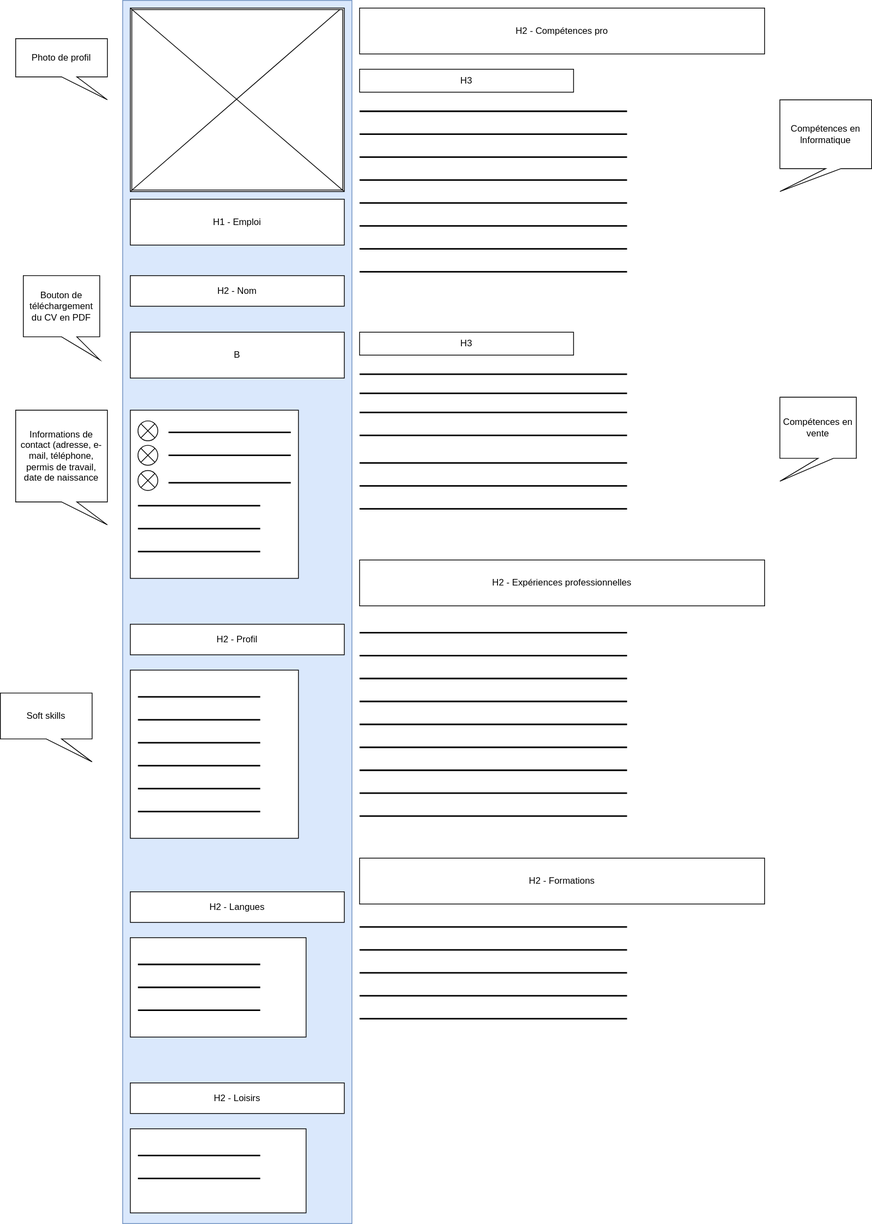
feliciencorbat/wireframe_cv_bootstrap keeps this draw.io diagram as wireframe/cv.drawio.svg. Above is the earlier version. Source tidied: cells renumbered, new cells last; positions are measured from the earlier drawing's top-left corner, leaving out a move shared by most shapes.
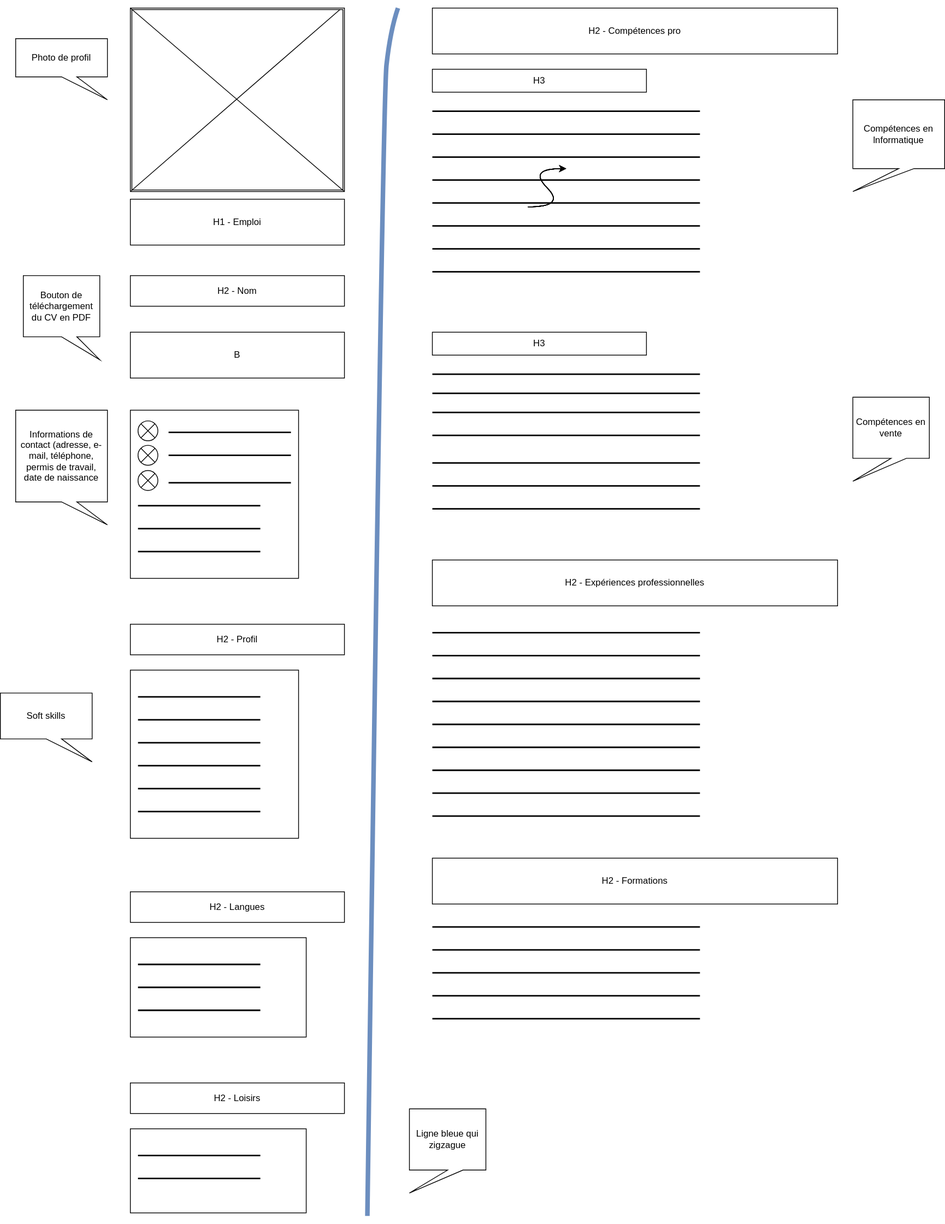
Above is the later version.

Commit message:
Change wireframe with line in svg

Change to the diagram source:
```diff
@@ -2,7 +2,7 @@
   <root>
     <mxCell id="0" />
     <mxCell id="1" parent="0" />
-    <mxCell id="2" style="rounded=0;whiteSpace=wrap;html=1;fillColor=#dae8fc;strokeColor=#6c8ebf;" parent="1" vertex="1">
+    <mxCell id="2" style="rounded=0;whiteSpace=wrap;html=1;fillColor=none;strokeColor=none;" parent="1" vertex="1">
       <mxGeometry x="160" width="300" height="1600" as="geometry" />
     </mxCell>
     <mxCell id="3" style="shape=ext;double=1;rounded=0;whiteSpace=wrap;html=1;" parent="1" vertex="1">
@@ -29,7 +29,7 @@
       <mxGeometry x="220" y="626" width="160" height="10" as="geometry" />
     </mxCell>
     <mxCell id="9" value="H2 - Compétences pro" style="rounded=0;whiteSpace=wrap;html=1;" parent="1" vertex="1">
-      <mxGeometry x="470" y="10" width="530" height="60" as="geometry" />
+      <mxGeometry x="565" y="10" width="530" height="60" as="geometry" />
     </mxCell>
     <mxCell id="10" value="H1 - Emploi" style="rounded=0;whiteSpace=wrap;html=1;" parent="1" vertex="1">
       <mxGeometry x="170" y="260" width="280" height="60" as="geometry" />
@@ -44,10 +44,10 @@
       <mxGeometry x="220" y="590" width="160" height="10" as="geometry" />
     </mxCell>
     <mxCell id="14" value="H2 - Expériences professionnelles" style="rounded=0;whiteSpace=wrap;html=1;" parent="1" vertex="1">
-      <mxGeometry x="470" y="732" width="530" height="60" as="geometry" />
+      <mxGeometry x="565" y="732" width="530" height="60" as="geometry" />
     </mxCell>
     <mxCell id="15" value="H2 - Formations" style="rounded=0;whiteSpace=wrap;html=1;" parent="1" vertex="1">
-      <mxGeometry x="470" y="1122" width="530" height="60" as="geometry" />
+      <mxGeometry x="565" y="1122" width="530" height="60" as="geometry" />
     </mxCell>
     <mxCell id="16" style="line;strokeWidth=2;html=1;" parent="1" vertex="1">
       <mxGeometry x="180" y="686" width="160" height="10" as="geometry" />
@@ -119,103 +119,103 @@
       <mxGeometry y="906" width="120" height="90" as="geometry" />
     </mxCell>
     <mxCell id="39" value="H3" style="rounded=0;whiteSpace=wrap;html=1;" parent="1" vertex="1">
-      <mxGeometry x="470" y="90" width="280" height="30" as="geometry" />
+      <mxGeometry x="565" y="90" width="280" height="30" as="geometry" />
     </mxCell>
     <mxCell id="40" value="H3" style="rounded=0;whiteSpace=wrap;html=1;" parent="1" vertex="1">
-      <mxGeometry x="470" y="434" width="280" height="30" as="geometry" />
+      <mxGeometry x="565" y="434" width="280" height="30" as="geometry" />
     </mxCell>
     <mxCell id="41" style="line;strokeWidth=2;html=1;" parent="1" vertex="1">
-      <mxGeometry x="470" y="170" width="350" height="10" as="geometry" />
+      <mxGeometry x="565" y="170" width="350" height="10" as="geometry" />
     </mxCell>
     <mxCell id="42" style="line;strokeWidth=2;html=1;" parent="1" vertex="1">
-      <mxGeometry x="470" y="140" width="350" height="10" as="geometry" />
+      <mxGeometry x="565" y="140" width="350" height="10" as="geometry" />
     </mxCell>
     <mxCell id="43" style="line;strokeWidth=2;html=1;" parent="1" vertex="1">
-      <mxGeometry x="470" y="200" width="350" height="10" as="geometry" />
+      <mxGeometry x="565" y="200" width="350" height="10" as="geometry" />
     </mxCell>
     <mxCell id="44" style="line;strokeWidth=2;html=1;" parent="1" vertex="1">
-      <mxGeometry x="470" y="230" width="350" height="10" as="geometry" />
+      <mxGeometry x="565" y="230" width="350" height="10" as="geometry" />
     </mxCell>
     <mxCell id="45" style="line;strokeWidth=2;html=1;" parent="1" vertex="1">
-      <mxGeometry x="470" y="260" width="350" height="10" as="geometry" />
+      <mxGeometry x="565" y="260" width="350" height="10" as="geometry" />
     </mxCell>
     <mxCell id="46" value="Compétences en lnformatique" style="shape=callout;whiteSpace=wrap;html=1;perimeter=calloutPerimeter;position2=0;" parent="1" vertex="1">
-      <mxGeometry x="1020" y="130" width="120" height="120" as="geometry" />
+      <mxGeometry x="1115" y="130" width="120" height="120" as="geometry" />
     </mxCell>
     <mxCell id="47" value="Compétences en vente" style="shape=callout;whiteSpace=wrap;html=1;perimeter=calloutPerimeter;position2=0;" parent="1" vertex="1">
-      <mxGeometry x="1020" y="519" width="100" height="110" as="geometry" />
+      <mxGeometry x="1115" y="519" width="100" height="110" as="geometry" />
     </mxCell>
     <mxCell id="48" style="line;strokeWidth=2;html=1;" parent="1" vertex="1">
-      <mxGeometry x="470" y="484" width="350" height="10" as="geometry" />
+      <mxGeometry x="565" y="484" width="350" height="10" as="geometry" />
     </mxCell>
     <mxCell id="49" style="line;strokeWidth=2;html=1;" parent="1" vertex="1">
-      <mxGeometry x="470" y="509" width="350" height="10" as="geometry" />
+      <mxGeometry x="565" y="509" width="350" height="10" as="geometry" />
     </mxCell>
     <mxCell id="50" style="line;strokeWidth=2;html=1;" parent="1" vertex="1">
-      <mxGeometry x="470" y="822" width="350" height="10" as="geometry" />
+      <mxGeometry x="565" y="822" width="350" height="10" as="geometry" />
     </mxCell>
     <mxCell id="51" style="line;strokeWidth=2;html=1;" parent="1" vertex="1">
-      <mxGeometry x="470" y="852" width="350" height="10" as="geometry" />
+      <mxGeometry x="565" y="852" width="350" height="10" as="geometry" />
     </mxCell>
     <mxCell id="52" style="line;strokeWidth=2;html=1;" parent="1" vertex="1">
-      <mxGeometry x="470" y="882" width="350" height="10" as="geometry" />
+      <mxGeometry x="565" y="882" width="350" height="10" as="geometry" />
     </mxCell>
     <mxCell id="53" style="line;strokeWidth=2;html=1;" parent="1" vertex="1">
-      <mxGeometry x="470" y="912" width="350" height="10" as="geometry" />
+      <mxGeometry x="565" y="912" width="350" height="10" as="geometry" />
     </mxCell>
     <mxCell id="54" style="line;strokeWidth=2;html=1;" parent="1" vertex="1">
-      <mxGeometry x="470" y="942" width="350" height="10" as="geometry" />
+      <mxGeometry x="565" y="942" width="350" height="10" as="geometry" />
     </mxCell>
     <mxCell id="55" style="line;strokeWidth=2;html=1;" parent="1" vertex="1">
-      <mxGeometry x="470" y="972" width="350" height="10" as="geometry" />
+      <mxGeometry x="565" y="972" width="350" height="10" as="geometry" />
     </mxCell>
     <mxCell id="56" style="line;strokeWidth=2;html=1;" parent="1" vertex="1">
-      <mxGeometry x="470" y="1002" width="350" height="10" as="geometry" />
+      <mxGeometry x="565" y="1002" width="350" height="10" as="geometry" />
     </mxCell>
     <mxCell id="57" style="line;strokeWidth=2;html=1;" parent="1" vertex="1">
-      <mxGeometry x="470" y="1032" width="350" height="10" as="geometry" />
+      <mxGeometry x="565" y="1032" width="350" height="10" as="geometry" />
     </mxCell>
     <mxCell id="58" style="line;strokeWidth=2;html=1;" parent="1" vertex="1">
-      <mxGeometry x="470" y="1062" width="350" height="10" as="geometry" />
+      <mxGeometry x="565" y="1062" width="350" height="10" as="geometry" />
     </mxCell>
     <mxCell id="59" style="line;strokeWidth=2;html=1;" parent="1" vertex="1">
-      <mxGeometry x="470" y="534" width="350" height="10" as="geometry" />
+      <mxGeometry x="565" y="534" width="350" height="10" as="geometry" />
     </mxCell>
     <mxCell id="60" style="line;strokeWidth=2;html=1;" parent="1" vertex="1">
-      <mxGeometry x="470" y="564" width="350" height="10" as="geometry" />
+      <mxGeometry x="565" y="564" width="350" height="10" as="geometry" />
     </mxCell>
     <mxCell id="61" style="line;strokeWidth=2;html=1;" parent="1" vertex="1">
-      <mxGeometry x="470" y="1207" width="350" height="10" as="geometry" />
+      <mxGeometry x="565" y="1207" width="350" height="10" as="geometry" />
     </mxCell>
     <mxCell id="62" style="line;strokeWidth=2;html=1;" parent="1" vertex="1">
-      <mxGeometry x="470" y="1237" width="350" height="10" as="geometry" />
+      <mxGeometry x="565" y="1237" width="350" height="10" as="geometry" />
     </mxCell>
     <mxCell id="63" style="line;strokeWidth=2;html=1;" parent="1" vertex="1">
-      <mxGeometry x="470" y="1267" width="350" height="10" as="geometry" />
+      <mxGeometry x="565" y="1267" width="350" height="10" as="geometry" />
     </mxCell>
     <mxCell id="64" style="line;strokeWidth=2;html=1;" parent="1" vertex="1">
-      <mxGeometry x="470" y="1297" width="350" height="10" as="geometry" />
+      <mxGeometry x="565" y="1297" width="350" height="10" as="geometry" />
     </mxCell>
     <mxCell id="65" style="line;strokeWidth=2;html=1;" parent="1" vertex="1">
-      <mxGeometry x="470" y="1327" width="350" height="10" as="geometry" />
+      <mxGeometry x="565" y="1327" width="350" height="10" as="geometry" />
     </mxCell>
     <mxCell id="66" style="line;strokeWidth=2;html=1;" parent="1" vertex="1">
-      <mxGeometry x="470" y="600" width="350" height="10" as="geometry" />
+      <mxGeometry x="565" y="600" width="350" height="10" as="geometry" />
     </mxCell>
     <mxCell id="67" style="line;strokeWidth=2;html=1;" parent="1" vertex="1">
-      <mxGeometry x="470" y="630" width="350" height="10" as="geometry" />
+      <mxGeometry x="565" y="630" width="350" height="10" as="geometry" />
     </mxCell>
     <mxCell id="68" style="line;strokeWidth=2;html=1;" parent="1" vertex="1">
-      <mxGeometry x="470" y="660" width="350" height="10" as="geometry" />
+      <mxGeometry x="565" y="660" width="350" height="10" as="geometry" />
     </mxCell>
     <mxCell id="69" style="line;strokeWidth=2;html=1;" parent="1" vertex="1">
-      <mxGeometry x="470" y="290" width="350" height="10" as="geometry" />
+      <mxGeometry x="565" y="290" width="350" height="10" as="geometry" />
     </mxCell>
     <mxCell id="70" style="line;strokeWidth=2;html=1;" parent="1" vertex="1">
-      <mxGeometry x="470" y="320" width="350" height="10" as="geometry" />
+      <mxGeometry x="565" y="320" width="350" height="10" as="geometry" />
     </mxCell>
     <mxCell id="71" style="line;strokeWidth=2;html=1;" parent="1" vertex="1">
-      <mxGeometry x="470" y="350" width="350" height="10" as="geometry" />
+      <mxGeometry x="565" y="350" width="350" height="10" as="geometry" />
     </mxCell>
     <mxCell id="72" value="B" style="rounded=0;whiteSpace=wrap;html=1;" parent="1" vertex="1">
       <mxGeometry x="170" y="434" width="280" height="60" as="geometry" />
@@ -232,5 +232,88 @@
     <mxCell id="76" style="shape=sumEllipse;perimeter=ellipsePerimeter;whiteSpace=wrap;html=1;backgroundOutline=1;" parent="1" vertex="1">
       <mxGeometry x="180" y="615" width="26" height="26" as="geometry" />
     </mxCell>
+    <mxCell id="77" style="curved=1;endArrow=classic;html=1;rounded=0;" parent="1" edge="1">
+      <mxGeometry relative="1" as="geometry">
+        <mxPoint x="690" y="270" as="sourcePoint" />
+        <mxPoint x="740" y="220" as="targetPoint" />
+        <Array as="points">
+          <mxPoint x="740" y="270" />
+          <mxPoint x="690" y="220" />
+        </Array>
+      </mxGeometry>
+    </mxCell>
+    <mxCell id="78" style="curved=1;endArrow=classic;html=1;rounded=0;" parent="1" edge="1">
+      <mxGeometry relative="1" as="geometry">
+        <mxPoint x="690" y="270" as="sourcePoint" />
+        <mxPoint x="740" y="220" as="targetPoint" />
+        <Array as="points">
+          <mxPoint x="740" y="270" />
+          <mxPoint x="690" y="220" />
+        </Array>
+      </mxGeometry>
+    </mxCell>
+    <mxCell id="79" style="curved=1;endArrow=classic;html=1;rounded=0;" parent="1" edge="1">
+      <mxGeometry relative="1" as="geometry">
+        <mxPoint x="690" y="270" as="sourcePoint" />
+        <mxPoint x="740" y="220" as="targetPoint" />
+        <Array as="points">
+          <mxPoint x="740" y="270" />
+          <mxPoint x="690" y="220" />
+        </Array>
+      </mxGeometry>
+    </mxCell>
+    <mxCell id="80" style="curved=1;endArrow=classic;html=1;rounded=0;" parent="1" edge="1">
+      <mxGeometry relative="1" as="geometry">
+        <mxPoint x="690" y="270" as="sourcePoint" />
+        <mxPoint x="740" y="220" as="targetPoint" />
+        <Array as="points">
+          <mxPoint x="740" y="270" />
+          <mxPoint x="690" y="220" />
+        </Array>
+      </mxGeometry>
+    </mxCell>
+    <mxCell id="81" style="curved=1;endArrow=classic;html=1;rounded=0;" parent="1" edge="1">
+      <mxGeometry relative="1" as="geometry">
+        <mxPoint x="690" y="270" as="sourcePoint" />
+        <mxPoint x="740" y="220" as="targetPoint" />
+        <Array as="points">
+          <mxPoint x="740" y="270" />
+          <mxPoint x="690" y="220" />
+        </Array>
+      </mxGeometry>
+    </mxCell>
+    <mxCell id="82" style="curved=1;endArrow=classic;html=1;rounded=0;" parent="1" edge="1">
+      <mxGeometry relative="1" as="geometry">
+        <mxPoint x="690" y="270" as="sourcePoint" />
+        <mxPoint x="740" y="220" as="targetPoint" />
+        <Array as="points">
+          <mxPoint x="740" y="270" />
+          <mxPoint x="690" y="220" />
+        </Array>
+      </mxGeometry>
+    </mxCell>
+    <mxCell id="83" style="curved=1;endArrow=classic;html=1;rounded=0;" parent="1" edge="1">
+      <mxGeometry relative="1" as="geometry">
+        <mxPoint x="690" y="270" as="sourcePoint" />
+        <mxPoint x="740" y="220" as="targetPoint" />
+        <Array as="points">
+          <mxPoint x="740" y="270" />
+          <mxPoint x="690" y="220" />
+        </Array>
+      </mxGeometry>
+    </mxCell>
+    <mxCell id="84" style="curved=1;endArrow=none;html=1;rounded=0;endFill=0;strokeWidth=6;fillColor=#dae8fc;strokeColor=#6c8ebf;" parent="1" edge="1">
+      <mxGeometry relative="1" as="geometry">
+        <mxPoint x="480" y="1590" as="sourcePoint" />
+        <mxPoint x="520" y="10" as="targetPoint" />
+        <Array as="points">
+          <mxPoint x="500" y="130" />
+          <mxPoint x="510" y="39" />
+        </Array>
+      </mxGeometry>
+    </mxCell>
+    <mxCell id="85" value="Ligne bleue qui zigzague" style="shape=callout;whiteSpace=wrap;html=1;perimeter=calloutPerimeter;position2=0;" parent="1" vertex="1">
+      <mxGeometry x="535" y="1450" width="100" height="110" as="geometry" />
+    </mxCell>
   </root>
 </mxGraphModel>
```
